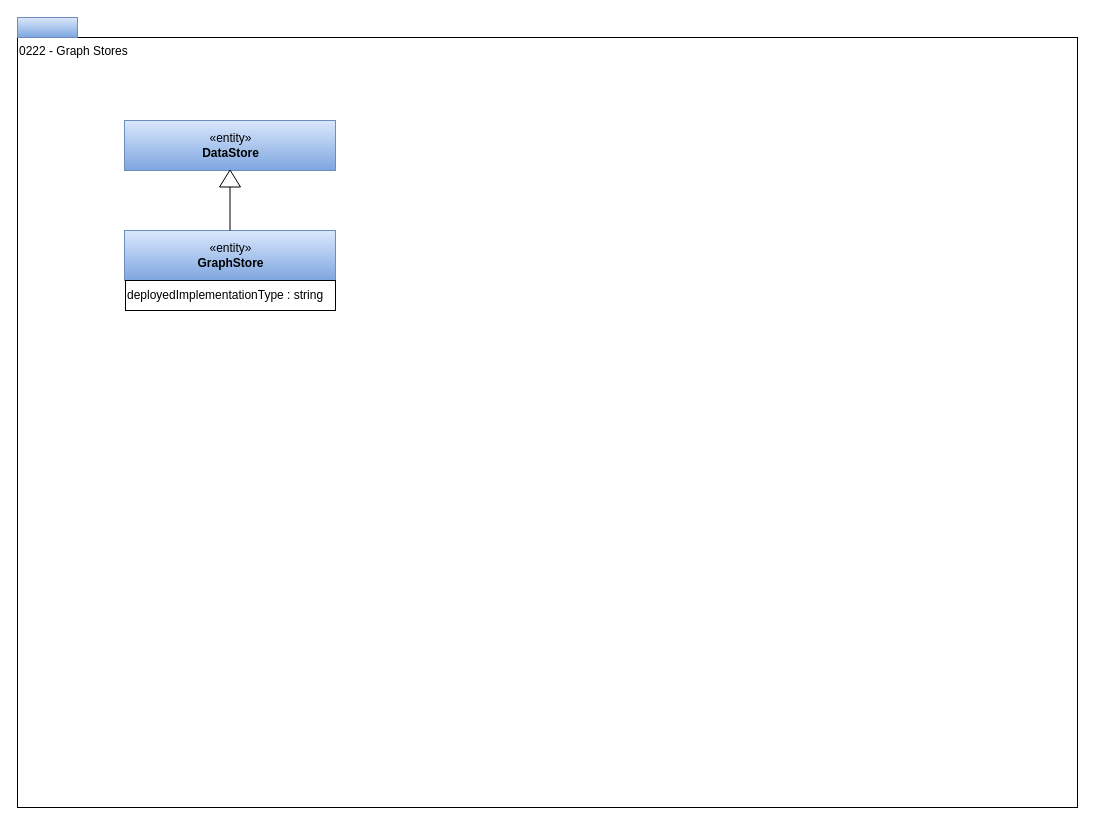
Before: page "0222-Graph-Stores" (11 of 23) of site/docs/types/2/area-2-assets.drawio in odpi/egeria-docs, a draw.io diagram. Source tidied: cells renumbered, new cells numbered last; positions are measured from the earlier drawing's top-left corner, leaving out a move shared by most shapes. Both pictures are drawn from the tidied source at 100%, with x=0, y=0 at pixel (17, 17).
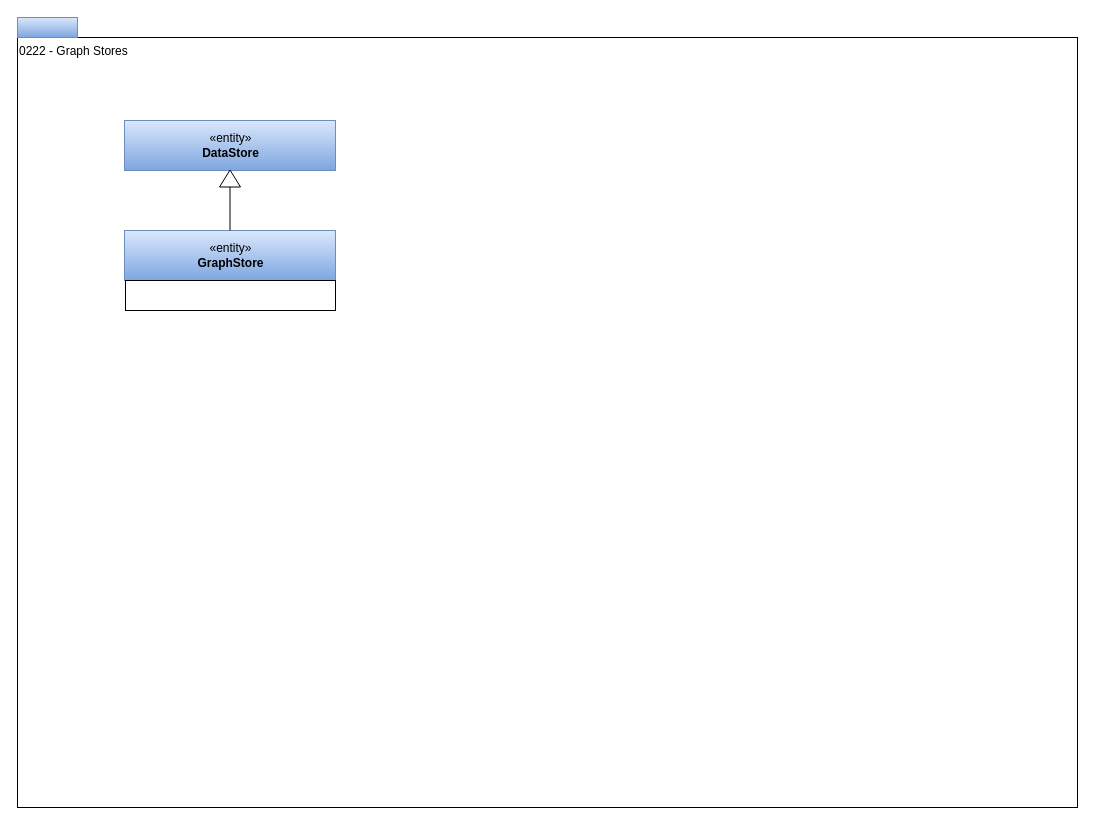
After the change.

What changed in the source:
```diff
@@
 <mxGraphModel>
   <root>
     <mxCell id="0" />
     <mxCell id="1" parent="0" />
     <mxCell id="2" value="0222 - Graph Stores" style="rounded=0;whiteSpace=wrap;html=1;align=left;verticalAlign=top;" parent="1" vertex="1">
       <mxGeometry y="20" width="1060" height="770" as="geometry" />
     </mxCell>
     <mxCell id="3" style="rounded=0;whiteSpace=wrap;html=1;align=left;fillColor=#dae8fc;strokeColor=#6c8ebf;gradientColor=#7ea6e0;" parent="1" vertex="1">
       <mxGeometry width="60" height="20" as="geometry" />
     </mxCell>
     <mxCell id="4" value="«entity»&lt;br&gt;&lt;b&gt;DataStore&lt;/b&gt;" style="html=1;strokeColor=#6c8ebf;align=center;fillColor=#dae8fc;gradientColor=#7ea6e0;" parent="1" vertex="1">
       <mxGeometry x="107" y="103" width="211" height="50" as="geometry" />
     </mxCell>
     <mxCell id="5" value="«entity»&lt;br&gt;&lt;b&gt;GraphStore&lt;/b&gt;" style="html=1;strokeColor=#6c8ebf;align=center;fillColor=#dae8fc;gradientColor=#7ea6e0;" parent="1" vertex="1">
       <mxGeometry x="107" y="213" width="211" height="50" as="geometry" />
     </mxCell>
-    <mxCell id="6" value="deployedImplementationType : string" style="rounded=0;whiteSpace=wrap;html=1;strokeColor=#000000;gradientColor=#ffffff;align=left;" parent="1" vertex="1">
+    <mxCell id="6" style="rounded=0;whiteSpace=wrap;html=1;strokeColor=#000000;gradientColor=#ffffff;align=left;" parent="1" vertex="1">
       <mxGeometry x="108" y="263" width="210" height="30" as="geometry" />
     </mxCell>
     <mxCell id="7" style="edgeStyle=orthogonalEdgeStyle;rounded=0;jettySize=auto;html=1;exitX=0;exitY=0.5;exitDx=0;exitDy=0;endArrow=none;endFill=0;" parent="1" edge="1" source="8" target="5">
       <mxGeometry relative="1" as="geometry" />
     </mxCell>
     <mxCell id="8" style="triangle;whiteSpace=wrap;html=1;strokeColor=#000000;gradientColor=#ffffff;align=center;rotation=-90;" parent="1" vertex="1">
       <mxGeometry x="204" y="150.5" width="17" height="21" as="geometry" />
     </mxCell>
   </root>
 </mxGraphModel>
```
